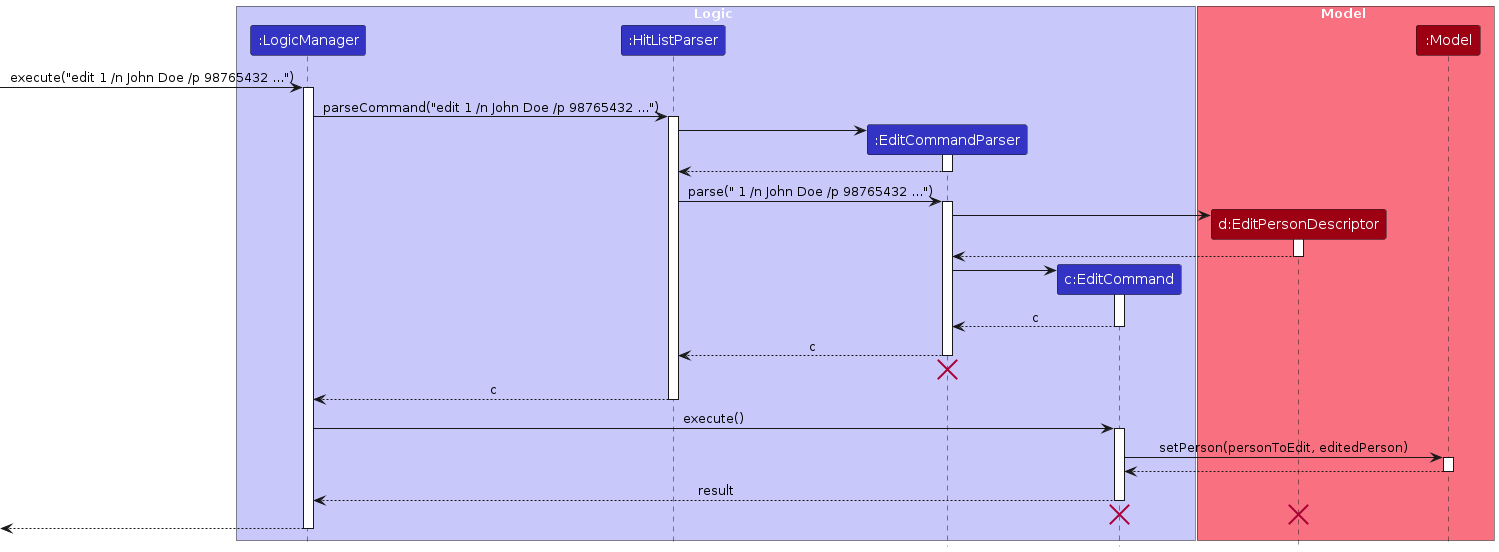
This is diagrams/edit-person/PersonEditSequenceDiagram-Logic.png from AY2526S2-CS2103T-W11-2/tp, a PlantUML export, as it was before one commit. Its source is kept beside it as diagrams/edit-person/PersonEditSequenceDiagram-Logic.puml. The source it was exported from:
```plantuml
@startuml
!include ../style.puml
skinparam ArrowFontStyle plain

box Logic LOGIC_COLOR_T1
participant ":LogicManager" as LogicManager LOGIC_COLOR
participant ":HitListParser" as HitListParser LOGIC_COLOR
participant ":EditCommandParser" as EditCommandParser LOGIC_COLOR
participant "c:EditCommand" as EditCommand LOGIC_COLOR
end box

box Model MODEL_COLOR_T1
participant "d:EditPersonDescriptor" as EditPersonDescriptor MODEL_COLOR
participant ":Model" as Model MODEL_COLOR

end box

[-> LogicManager : execute("edit 1 /n John Doe /p 98765432 ...")
activate LogicManager

LogicManager -> HitListParser : parseCommand("edit 1 /n John Doe /p 98765432 ...")
activate HitListParser

create EditCommandParser
HitListParser -> EditCommandParser
activate EditCommandParser

EditCommandParser --> HitListParser
deactivate EditCommandParser

HitListParser -> EditCommandParser : parse(" 1 /n John Doe /p 98765432 ...")
activate EditCommandParser

create EditPersonDescriptor
EditCommandParser -> EditPersonDescriptor
activate EditPersonDescriptor

EditPersonDescriptor --> EditCommandParser
deactivate EditPersonDescriptor

create EditCommand
EditCommandParser -> EditCommand
activate EditCommand

EditCommand --> EditCommandParser : c
deactivate EditCommand

EditCommandParser --> HitListParser : c
deactivate EditCommandParser
EditCommandParser -[hidden]-> HitListParser
destroy EditCommandParser

HitListParser --> LogicManager : c
deactivate HitListParser

LogicManager -> EditCommand : execute()
activate EditCommand

EditCommand -> Model : setPerson(personToEdit, editedPerson)
activate Model

Model --> EditCommand
deactivate Model

EditCommand --> LogicManager : result
deactivate EditCommand
EditCommand -[hidden]-> LogicManager
destroy EditCommand
destroy EditPersonDescriptor

[<-- LogicManager
deactivate LogicManager
@enduml
```
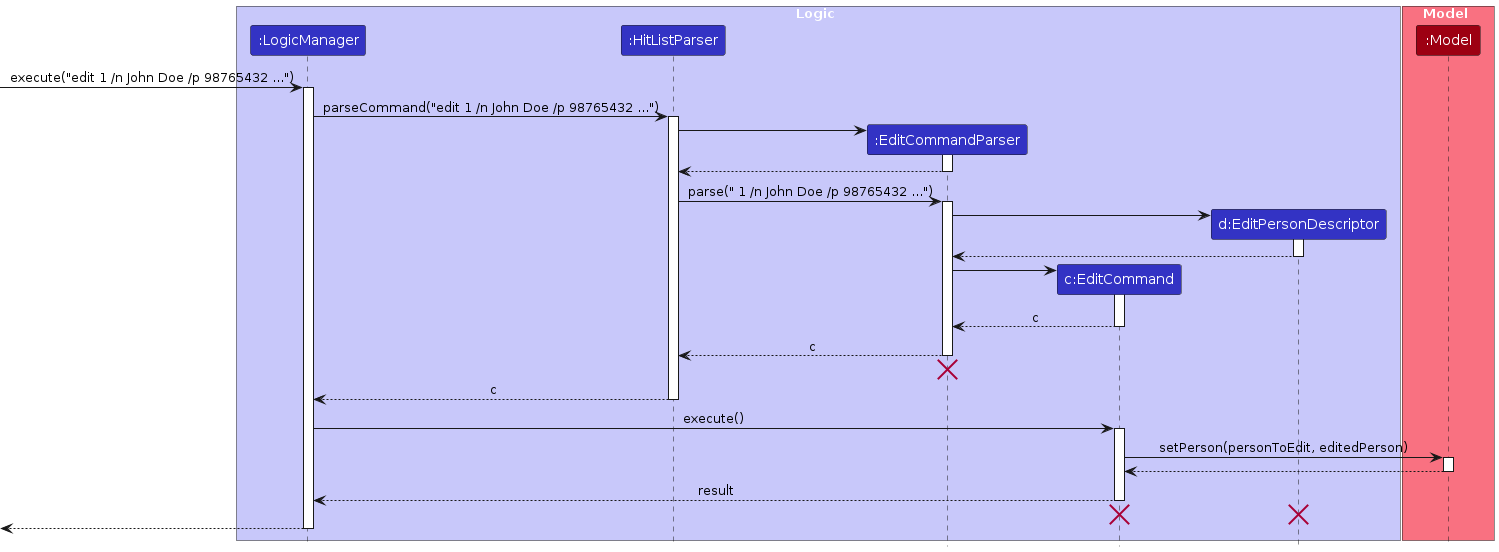
Above is the later version.

Diff of the diagram source:
```diff
@@ -7,10 +7,11 @@
 participant ":HitListParser" as HitListParser LOGIC_COLOR
 participant ":EditCommandParser" as EditCommandParser LOGIC_COLOR
 participant "c:EditCommand" as EditCommand LOGIC_COLOR
+participant "d:EditPersonDescriptor" as EditPersonDescriptor LOGIC_COLOR
+
 end box
 
 box Model MODEL_COLOR_T1
-participant "d:EditPersonDescriptor" as EditPersonDescriptor MODEL_COLOR
 participant ":Model" as Model MODEL_COLOR
 
 end box
```
